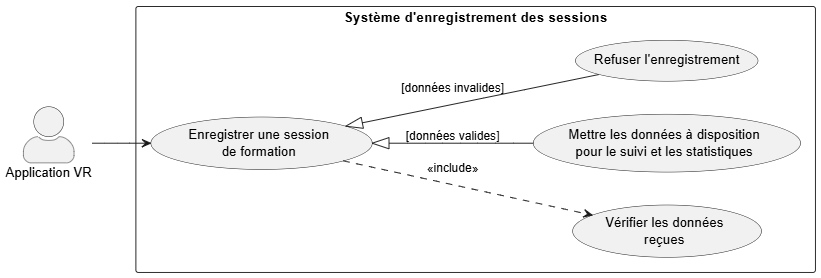
sayenjabo/TynassIt_PFE keeps this PlantUML diagram as images/raffinement_enregistrement_session_formation.png. Above is the earlier version. Its source is kept beside it as PUML/raffinement_enregistrement_session_formation.puml. The source it was exported from:
```plantuml
@startuml Raffinement_Enregistrement_Session_Formation

left to right direction

skinparam shadowing false
skinparam defaultFontName Helvetica
skinparam actorStyle awesome

actor "Application VR" as VR

rectangle "Backend Immersio" {

    usecase "Enregistrer une session\nde formation" as Enregistrer

    usecase "Recevoir les résultats\nde la session" as Recevoir

    usecase "Vérifier les données\nreçues" as Verifier

    usecase "Enregistrer la session\ndans la base de données" as Stocker

    usecase "Rendre les données disponibles\npour le suivi et les statistiques" as Suivi
}

VR --> Enregistrer

Enregistrer ..> Recevoir : <<include>>
Enregistrer ..> Verifier : <<include>>
Enregistrer ..> Stocker : <<include>>
Enregistrer ..> Suivi : <<include>>

@enduml
```
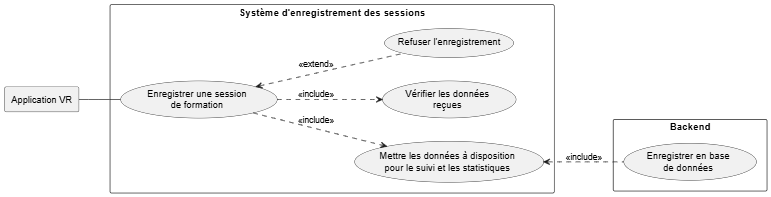
After the commit.

What changed in the source:
```diff
@@ -6,26 +6,23 @@
 skinparam defaultFontName Helvetica
 skinparam actorStyle awesome
 
-actor "Application VR" as VR
+rectangle "Application VR" as VR
 
 rectangle "Backend Immersio" {
 
-    usecase "Enregistrer une session\nde formation" as Enregistrer
+    usecase "Enregistrer les résultats\nd'une session" as Enregistrer
 
-    usecase "Recevoir les résultats\nde la session" as Recevoir
+    usecase "Enregistrer la session" as Stocker
 
-    usecase "Vérifier les données\nreçues" as Verifier
+    usecase "mettre les résultats à disposition\n des tableaux de bord" as Recevoir
 
-    usecase "Enregistrer la session\ndans la base de données" as Stocker
 
-    usecase "Rendre les données disponibles\npour le suivi et les statistiques" as Suivi
 }
 
-VR --> Enregistrer
+VR -- Enregistrer
 
+Enregistrer ..> Stocker : <<include>>
 Enregistrer ..> Recevoir : <<include>>
-Enregistrer ..> Verifier : <<include>>
-Enregistrer ..> Stocker : <<include>>
-Enregistrer ..> Suivi : <<include>>
+
 
 @enduml
```
